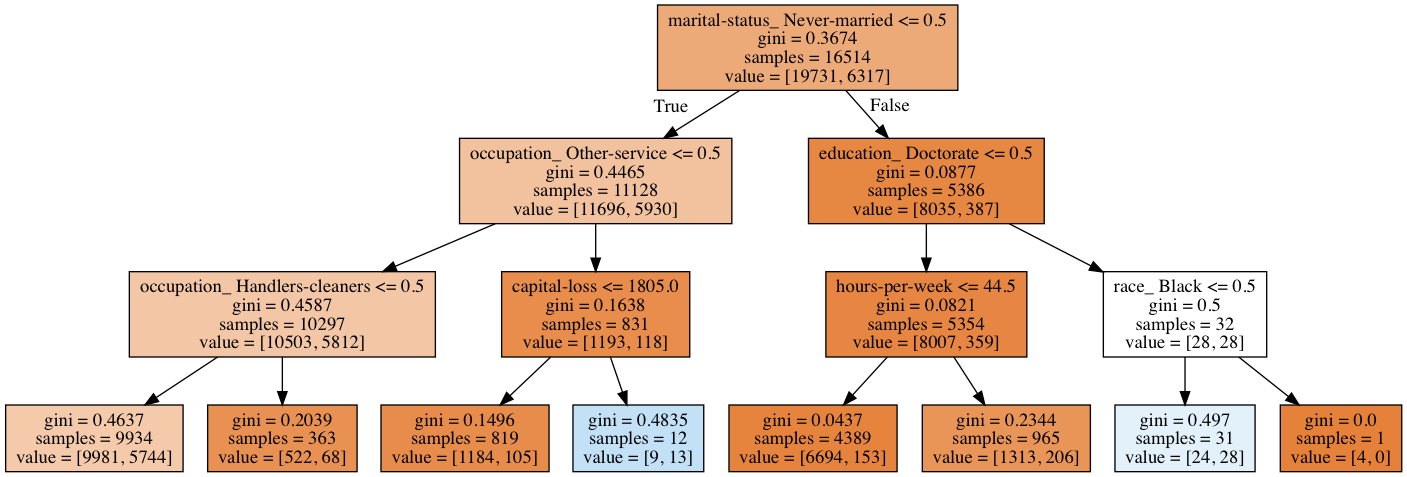
shirmeir/notebooks keeps this Graphviz diagram as models/tree1.png. Above is the earlier version. Its source is kept beside it as models/tree1.dot.
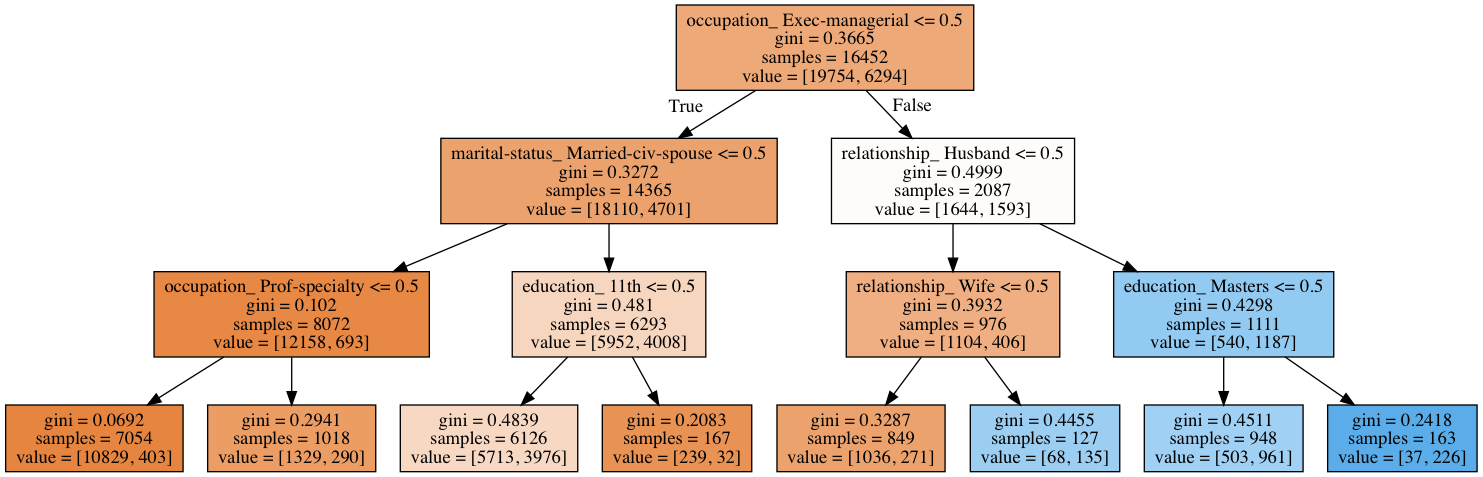
Later version of the same file.

The edit, as a diff of the source:
```diff
@@ -1,32 +1,32 @@
 digraph Tree {
 node [shape=box, style="filled", color="black"] ;
-0 [label="marital-status_ Never-married <= 0.5\ngini = 0.3674\nsamples = 16514\nvalue = [19731, 6317]", fillcolor="#e58139ad"] ;
-1 [label="occupation_ Other-service <= 0.5\ngini = 0.4465\nsamples = 11128\nvalue = [11696, 5930]", fillcolor="#e581397e"] ;
+0 [label="occupation_ Exec-managerial <= 0.5\ngini = 0.3665\nsamples = 16452\nvalue = [19754, 6294]", fillcolor="#e58139ae"] ;
+1 [label="marital-status_ Married-civ-spouse <= 0.5\ngini = 0.3272\nsamples = 14365\nvalue = [18110, 4701]", fillcolor="#e58139bd"] ;
 0 -> 1 [labeldistance=2.5, labelangle=45, headlabel="True"] ;
-2 [label="occupation_ Handlers-cleaners <= 0.5\ngini = 0.4587\nsamples = 10297\nvalue = [10503, 5812]", fillcolor="#e5813972"] ;
+2 [label="occupation_ Prof-specialty <= 0.5\ngini = 0.102\nsamples = 8072\nvalue = [12158, 693]", fillcolor="#e58139f0"] ;
 1 -> 2 ;
-3 [label="gini = 0.4637\nsamples = 9934\nvalue = [9981, 5744]", fillcolor="#e581396c"] ;
+3 [label="gini = 0.0692\nsamples = 7054\nvalue = [10829, 403]", fillcolor="#e58139f6"] ;
 2 -> 3 ;
-4 [label="gini = 0.2039\nsamples = 363\nvalue = [522, 68]", fillcolor="#e58139de"] ;
+4 [label="gini = 0.2941\nsamples = 1018\nvalue = [1329, 290]", fillcolor="#e58139c7"] ;
 2 -> 4 ;
-5 [label="capital-loss <= 1805.0\ngini = 0.1638\nsamples = 831\nvalue = [1193, 118]", fillcolor="#e58139e6"] ;
+5 [label="education_ 11th <= 0.5\ngini = 0.481\nsamples = 6293\nvalue = [5952, 4008]", fillcolor="#e5813953"] ;
 1 -> 5 ;
-6 [label="gini = 0.1496\nsamples = 819\nvalue = [1184, 105]", fillcolor="#e58139e8"] ;
+6 [label="gini = 0.4839\nsamples = 6126\nvalue = [5713, 3976]", fillcolor="#e581394e"] ;
 5 -> 6 ;
-7 [label="gini = 0.4835\nsamples = 12\nvalue = [9, 13]", fillcolor="#399de54e"] ;
+7 [label="gini = 0.2083\nsamples = 167\nvalue = [239, 32]", fillcolor="#e58139dd"] ;
 5 -> 7 ;
-8 [label="education_ Doctorate <= 0.5\ngini = 0.0877\nsamples = 5386\nvalue = [8035, 387]", fillcolor="#e58139f3"] ;
+8 [label="relationship_ Husband <= 0.5\ngini = 0.4999\nsamples = 2087\nvalue = [1644, 1593]", fillcolor="#e5813908"] ;
 0 -> 8 [labeldistance=2.5, labelangle=-45, headlabel="False"] ;
-9 [label="hours-per-week <= 44.5\ngini = 0.0821\nsamples = 5354\nvalue = [8007, 359]", fillcolor="#e58139f4"] ;
+9 [label="relationship_ Wife <= 0.5\ngini = 0.3932\nsamples = 976\nvalue = [1104, 406]", fillcolor="#e58139a1"] ;
 8 -> 9 ;
-10 [label="gini = 0.0437\nsamples = 4389\nvalue = [6694, 153]", fillcolor="#e58139f9"] ;
+10 [label="gini = 0.3287\nsamples = 849\nvalue = [1036, 271]", fillcolor="#e58139bc"] ;
 9 -> 10 ;
-11 [label="gini = 0.2344\nsamples = 965\nvalue = [1313, 206]", fillcolor="#e58139d7"] ;
+11 [label="gini = 0.4455\nsamples = 127\nvalue = [68, 135]", fillcolor="#399de57f"] ;
 9 -> 11 ;
-12 [label="race_ Black <= 0.5\ngini = 0.5\nsamples = 32\nvalue = [28, 28]", fillcolor="#e5813900"] ;
+12 [label="education_ Masters <= 0.5\ngini = 0.4298\nsamples = 1111\nvalue = [540, 1187]", fillcolor="#399de58b"] ;
 8 -> 12 ;
-13 [label="gini = 0.497\nsamples = 31\nvalue = [24, 28]", fillcolor="#399de524"] ;
+13 [label="gini = 0.4511\nsamples = 948\nvalue = [503, 961]", fillcolor="#399de57a"] ;
 12 -> 13 ;
-14 [label="gini = 0.0\nsamples = 1\nvalue = [4, 0]", fillcolor="#e58139ff"] ;
+14 [label="gini = 0.2418\nsamples = 163\nvalue = [37, 226]", fillcolor="#399de5d5"] ;
 12 -> 14 ;
 }
```
